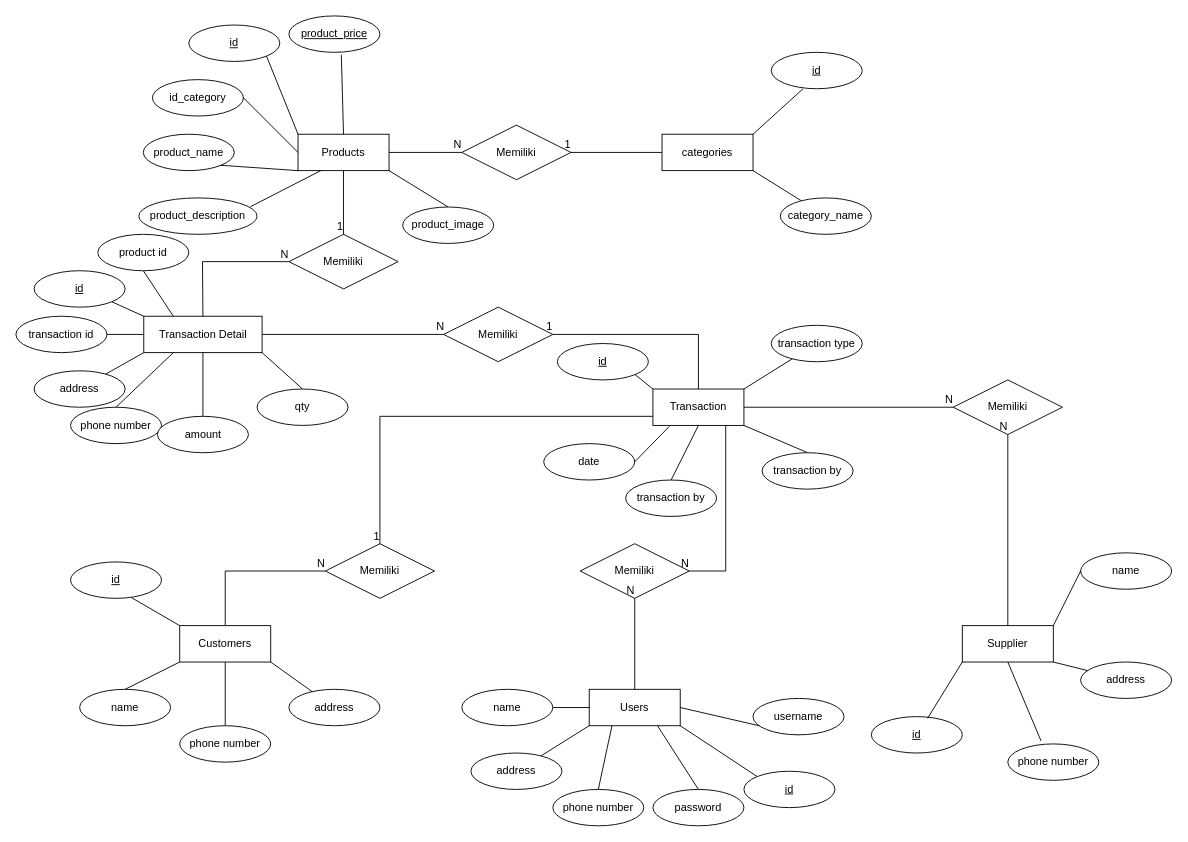
rizalazky/shop keeps this draw.io diagram as page "ERD" (1 of 3) of Untitled Diagram.drawio. Above is the earlier version. Source tidied: cells renumbered, new cells numbered last; positions are measured from the earlier drawing's top-left corner, leaving out a move shared by most shapes. Both pictures are drawn from the tidied source at 91%, with x=0, y=0 at pixel (15, 15).
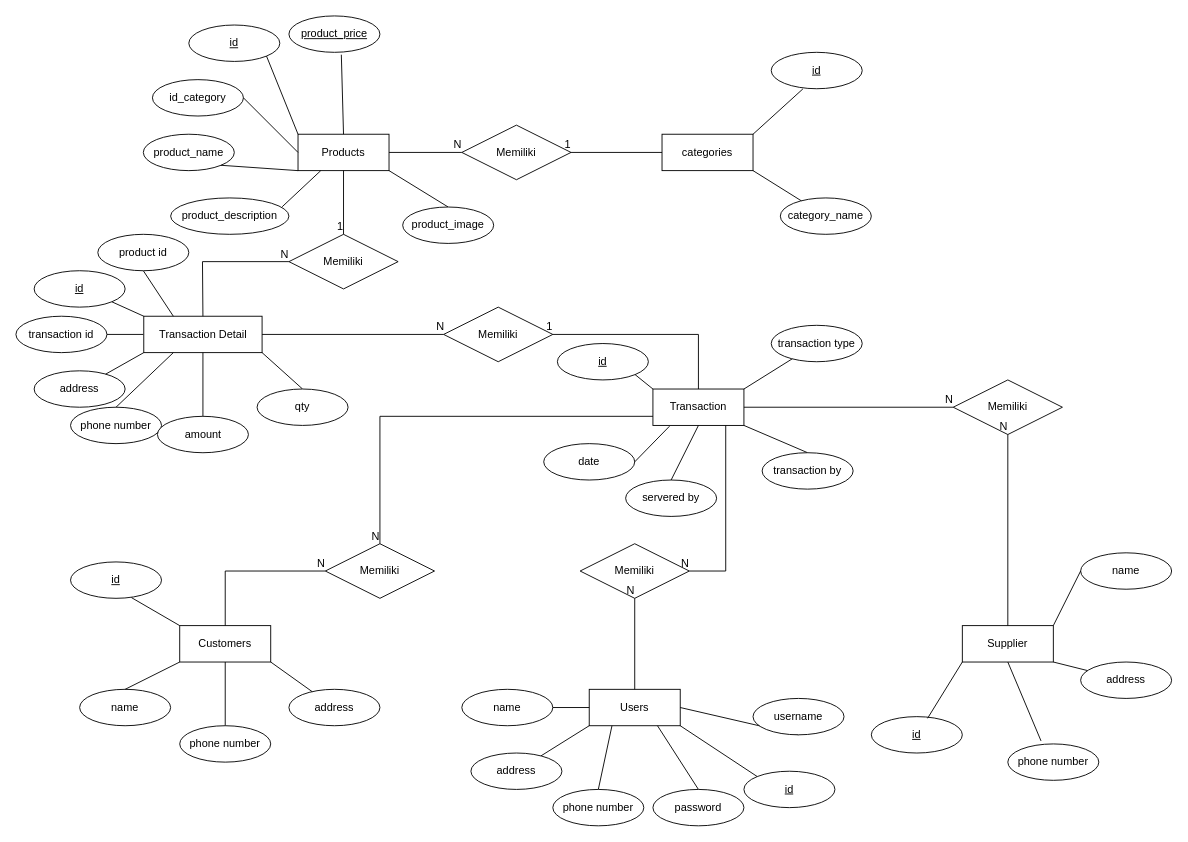
The same diagram, later.

Unchanged cells that the change refers to:
```xml
<mxCell id="100" style="endArrow=none;html=1;rounded=0;exitX=0;exitY=0.75;exitDx=0;exitDy=0;entryX=0.5;entryY=0;entryDx=0;entryDy=0;" parent="1" edge="1" source="42" target="97">
  <mxGeometry relative="1" as="geometry">
    <Array as="points">
      <mxPoint x="400" y="440" />
    </Array>
  </mxGeometry>
</mxCell>
```

What changed in the source:
```diff
@@
-    <mxCell id="50" value="transaction by" style="ellipse;whiteSpace=wrap;html=1;align=center;" parent="1" vertex="1">
+    <mxCell id="50" value="servered by" style="ellipse;whiteSpace=wrap;html=1;align=center;" parent="1" vertex="1">
       <mxGeometry x="670" y="510" width="100" height="40" as="geometry" />
     </mxCell>
@@
     <mxCell id="53" value="product_description" style="ellipse;whiteSpace=wrap;html=1;align=center;" parent="1" vertex="1">
-      <mxGeometry x="135" y="200" width="130" height="40" as="geometry" />
+      <mxGeometry x="170" y="200" width="130" height="40" as="geometry" />
     </mxCell>
@@
-    <mxCell id="101" value="1" style="html=1;align=right;verticalAlign=bottom;" parent="100" vertex="1">
+    <mxCell id="101" value="N" style="html=1;align=right;verticalAlign=bottom;" parent="100" vertex="1">
       <mxGeometry x="1" relative="1" as="geometry" />
     </mxCell>
```
